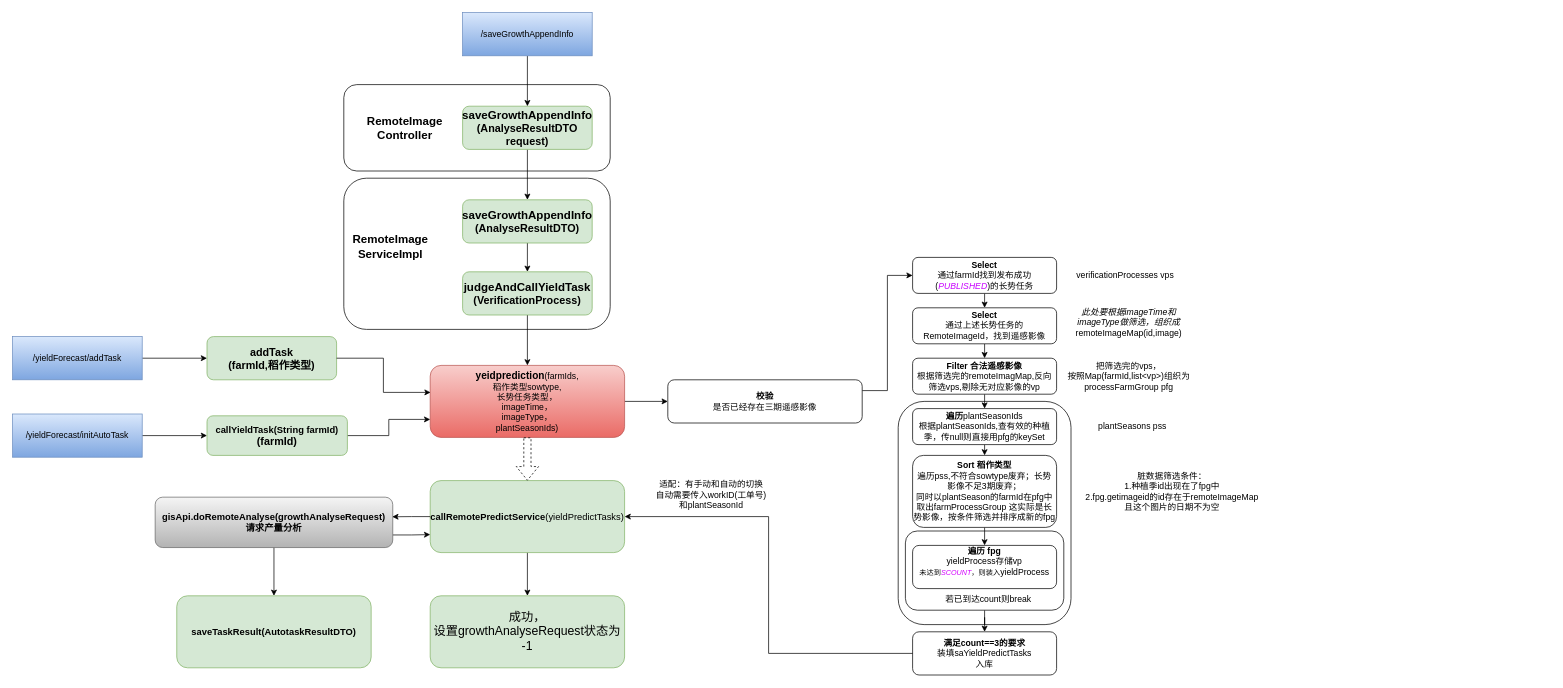
Before: 产量预估.drawio in RK-JD/DrawIO, a draw.io diagram. Source tidied: cells renumbered, new cells numbered last; positions are measured from the earlier drawing's top-left corner, leaving out a move shared by most shapes. Both pictures are drawn from the tidied source at 72%, with x=0, y=0 at pixel (12, 12).
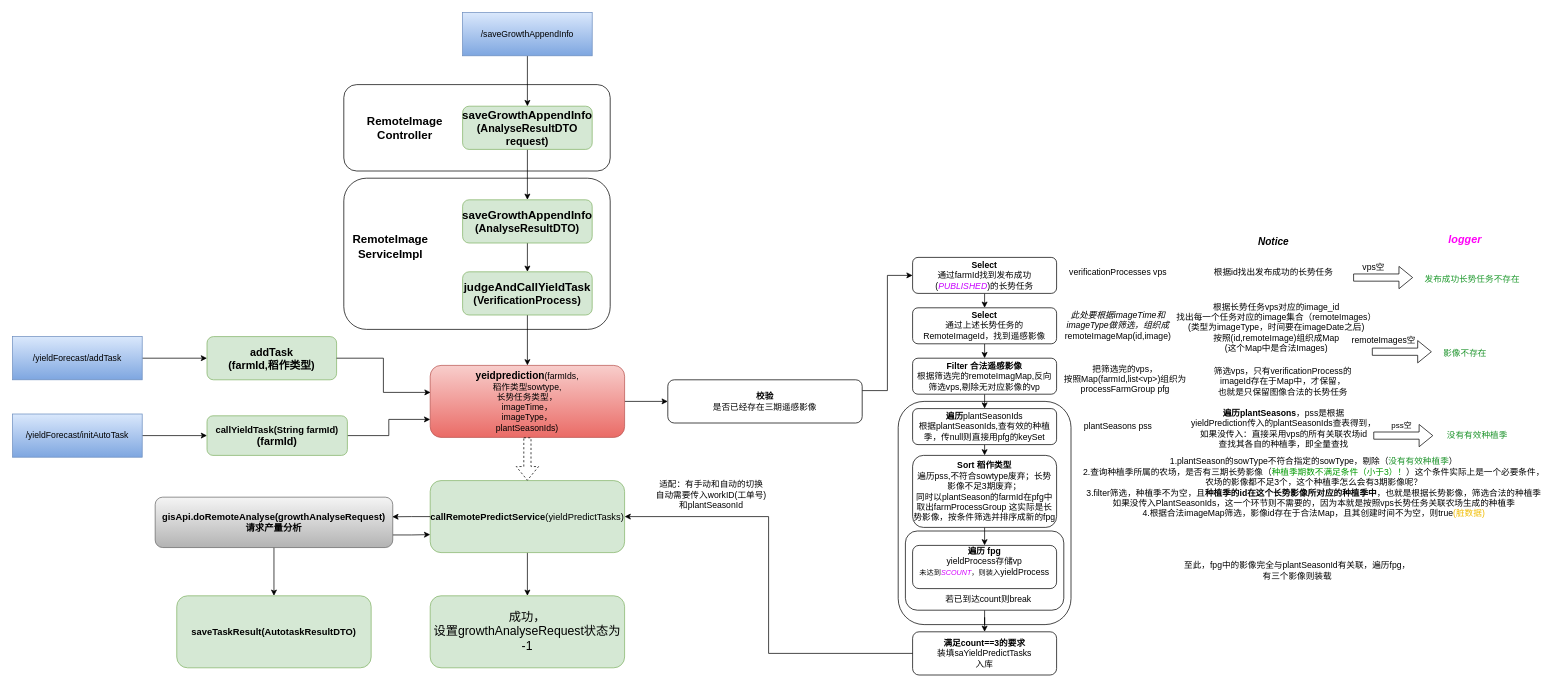
The same diagram, later.

Commit message:
更新产量预估.drawio

What changed in the source:
```diff
@@
     <mxCell id="15" value="此处要根据imageTime和&lt;br&gt;imageType做筛选，组织成&lt;br&gt;&lt;div&gt;&lt;font style=&quot;font-style: normal;&quot;&gt;remoteImageMap(id,image)&lt;/font&gt;&lt;/div&gt;" style="text;html=1;align=center;verticalAlign=middle;strokeColor=none;fillColor=none;fontStyle=2;" parent="1" vertex="1">
-      <mxGeometry x="1465" y="400" width="170" height="60" as="geometry" />
+      <mxGeometry x="1450" y="405" width="170" height="60" as="geometry" />
     </mxCell>
     <mxCell id="16" value="verificationProcesses vps" style="text;html=1;align=center;verticalAlign=middle;strokeColor=none;fillColor=none;" parent="1" vertex="1">
-      <mxGeometry x="1465" y="350" width="160" height="30" as="geometry" />
+      <mxGeometry x="1455" y="346" width="160" height="30" as="geometry" />
     </mxCell>
@@
     <mxCell id="19" value="把筛选完的vps，&lt;div&gt;按照Map(farmId,list&amp;lt;vp&amp;gt;)组织为&lt;br&gt;processFarmGroup pfg&lt;/div&gt;" style="text;html=1;align=center;verticalAlign=middle;strokeColor=none;fillColor=none;" parent="1" vertex="1">
-      <mxGeometry x="1455" y="475" width="190" height="60" as="geometry" />
+      <mxGeometry x="1450" y="479" width="190" height="60" as="geometry" />
     </mxCell>
@@
     <mxCell id="24" value="plantSeasons pss" style="text;html=1;align=center;verticalAlign=middle;strokeColor=none;fillColor=none;" parent="1" vertex="1">
-      <mxGeometry x="1495" y="560" width="120" height="30" as="geometry" />
+      <mxGeometry x="1475" y="560" width="120" height="30" as="geometry" />
     </mxCell>
-    <mxCell id="25" value="脏数据筛选条件：&lt;div&gt;1.种植季id出现在了fpg中&lt;/div&gt;&lt;div&gt;2.fpg.getimageid的id存在于remoteImageMap&lt;br&gt;且这个图片的日期不为空&lt;/div&gt;" style="text;html=1;align=center;verticalAlign=middle;strokeColor=none;fillColor=none;" parent="1" vertex="1">
-      <mxGeometry x="1480" y="630" width="260" height="70" as="geometry" />
-    </mxCell>
@@
+    <mxCell id="58" value="根据id找出发布成功的长势任务" style="text;html=1;align=center;verticalAlign=middle;" parent="1" vertex="1">
+      <mxGeometry x="1659" y="348" width="183" height="26" as="geometry" />
+    </mxCell>
+    <mxCell id="59" value="&lt;b&gt;&lt;font style=&quot;font-size: 14px;&quot;&gt;&lt;i&gt;Notice&lt;/i&gt;&lt;/font&gt;&lt;/b&gt;" style="text;html=1;align=center;verticalAlign=middle;strokeColor=none;fillColor=none;" parent="1" vertex="1">
+      <mxGeometry x="1720" y="303" width="61" height="29" as="geometry" />
+    </mxCell>
+    <mxCell id="60" value="根据长势任务vps对应的image_id&lt;div&gt;找出每一个任务对应的image集合（remoteImages）&lt;/div&gt;&lt;div&gt;(类型为imageType，时间要在imageDate之后)&lt;/div&gt;&lt;div&gt;按照&lt;span style=&quot;background-color: initial;&quot;&gt;(id,remoteImage)组织成Map&lt;/span&gt;&lt;/div&gt;&lt;div&gt;&lt;span style=&quot;background-color: initial;&quot;&gt;(这个Map中是合法Images)&lt;/span&gt;&lt;/div&gt;" style="text;html=1;align=center;verticalAlign=middle;" parent="1" vertex="1">
+      <mxGeometry x="1607" y="396" width="295" height="84" as="geometry" />
+    </mxCell>
+    <mxCell id="61" value="筛选vps，只有verificationProcess的&lt;div&gt;imageId存在于&lt;span style=&quot;background-color: initial;&quot;&gt;Map中，才保留，&lt;/span&gt;&lt;/div&gt;&lt;div&gt;&lt;span style=&quot;background-color: initial;&quot;&gt;也就是只保留图像合法的长势任务&lt;/span&gt;&lt;/div&gt;" style="text;html=1;align=center;verticalAlign=middle;" parent="1" vertex="1">
+      <mxGeometry x="1659" y="484" width="209" height="55" as="geometry" />
+    </mxCell>
+    <mxCell id="62" value="&lt;b&gt;遍历plantSeasons&lt;/b&gt;，pss是根据&lt;div&gt;yieldPrediction传入的plantSeasonIds&lt;span style=&quot;background-color: initial;&quot;&gt;查表得到，&lt;/span&gt;&lt;div&gt;如果没传入：直接采用vps的所有关联农场id&lt;/div&gt;&lt;/div&gt;&lt;div&gt;查找其各自的种植季，即全量查找&lt;/div&gt;" style="text;html=1;align=center;verticalAlign=middle;" parent="1" vertex="1">
+      <mxGeometry x="1627" y="543" width="275" height="70" as="geometry" />
+    </mxCell>
+    <mxCell id="63" style="shape=flexArrow;endArrow=classic;html=1;rounded=0;" parent="1" edge="1">
+      <mxGeometry relative="1" as="geometry">
+        <mxPoint x="1890" y="587.5" as="sourcePoint" />
+        <mxPoint x="1973" y="587.5" as="targetPoint" />
+      </mxGeometry>
+    </mxCell>
+    <mxCell id="64" value="pss空" style="edgeLabel;html=1;align=center;verticalAlign=middle;" parent="63" vertex="1">
+      <mxGeometry x="-0.11" y="1" relative="1" as="geometry">
+        <mxPoint x="1" y="-14" as="offset" />
+      </mxGeometry>
+    </mxCell>
+    <mxCell id="65" value="没有有效种植季" style="text;html=1;align=center;verticalAlign=middle;whiteSpace=wrap;rounded=0;fontColor=#1e942c;" parent="1" vertex="1">
+      <mxGeometry x="1967" y="572.5" width="135" height="30" as="geometry" />
+    </mxCell>
+    <mxCell id="66" value="&lt;span style=&quot;text-wrap: wrap;&quot;&gt;&lt;i&gt;&lt;font color=&quot;#ff00f7&quot; style=&quot;font-size: 15px;&quot;&gt;&lt;b&gt;logger&lt;/b&gt;&lt;/font&gt;&lt;/i&gt;&lt;/span&gt;" style="text;html=1;align=center;verticalAlign=middle;strokeColor=none;fillColor=none;" parent="1" vertex="1">
+      <mxGeometry x="1985" y="300" width="64" height="30" as="geometry" />
+    </mxCell>
+    <mxCell id="67" style="shape=flexArrow;endArrow=classic;html=1;rounded=0;" parent="1" edge="1">
+      <mxGeometry relative="1" as="geometry">
+        <mxPoint x="1888" y="471" as="sourcePoint" />
+        <mxPoint x="1971" y="471" as="targetPoint" />
+      </mxGeometry>
+    </mxCell>
+    <mxCell id="68" style="edgeLabel;html=1;align=center;verticalAlign=middle;" parent="67" vertex="1">
+      <mxGeometry x="-0.11" y="1" relative="1" as="geometry" />
+    </mxCell>
+    <mxCell id="69" value="&lt;span style=&quot;font-size: 12px;&quot;&gt;remoteImages空&lt;/span&gt;" style="edgeLabel;html=1;align=center;verticalAlign=middle;" parent="67" vertex="1">
+      <mxGeometry x="-0.16" y="3" relative="1" as="geometry">
+        <mxPoint x="-20" y="-14" as="offset" />
+      </mxGeometry>
+    </mxCell>
+    <mxCell id="70" value="影像不存在" style="text;html=1;align=center;verticalAlign=middle;whiteSpace=wrap;rounded=0;fontColor=#1e942c;" parent="1" vertex="1">
+      <mxGeometry x="1949.5" y="458" width="135" height="32" as="geometry" />
+    </mxCell>
+    <mxCell id="71" value="发布成功长势任务不存在" style="text;html=1;align=center;verticalAlign=middle;strokeColor=none;fillColor=none;fontColor=#1e992d;" parent="1" vertex="1">
+      <mxGeometry x="1952" y="357" width="150" height="26" as="geometry" />
+    </mxCell>
+    <mxCell id="72" style="shape=flexArrow;endArrow=classic;html=1;rounded=0;" parent="1" edge="1">
+      <mxGeometry relative="1" as="geometry">
+        <mxPoint x="1862" y="368" as="sourcePoint" />
+        <mxPoint x="1945" y="368" as="targetPoint" />
+      </mxGeometry>
+    </mxCell>
+    <mxCell id="73" style="edgeLabel;html=1;align=center;verticalAlign=middle;" parent="72" vertex="1">
+      <mxGeometry x="-0.11" y="1" relative="1" as="geometry" />
+    </mxCell>
+    <mxCell id="74" value="&lt;span style=&quot;font-size: 12px;&quot;&gt;vps&lt;/span&gt;&lt;span style=&quot;font-size: 12px;&quot;&gt;空&lt;/span&gt;" style="edgeLabel;html=1;align=center;verticalAlign=middle;" parent="72" vertex="1">
+      <mxGeometry x="-0.16" y="3" relative="1" as="geometry">
+        <mxPoint x="-8" y="-12" as="offset" />
+      </mxGeometry>
+    </mxCell>
+    <mxCell id="75" value="1.plantSeason的sowType不符合指定的sowType，剔除（&lt;span style=&quot;color: rgb(30, 148, 44); text-wrap: wrap;&quot;&gt;没有有效种植季&lt;/span&gt;）&lt;div&gt;2.查询种植季所属的农场，是否有三期长势影像（&lt;font color=&quot;#009900&quot;&gt;种植季期数不满足条件（小于3）！&lt;/font&gt;）这个条件实际上是一个必要条件，&lt;/div&gt;&lt;div&gt;农场的影像都不足3个，这个种植季怎么会有3期影像呢？&lt;/div&gt;&lt;div&gt;3.filter筛选，种植季不为空，且&lt;b&gt;种植季的id在这个长势影像所对应的种植季中&lt;/b&gt;，也就是根据长势影像，筛选合法的种植季&lt;/div&gt;&lt;div&gt;如果没传入PlantSeasonIds，这一个环节则不需要的，因为本就是按照vps长势任务关联农场生成的种植季&lt;/div&gt;&lt;div&gt;4.根据合法imageMap筛选，影像id存在于合法Map，且其创建时间不为空，则true&lt;font color=&quot;#f0bc00&quot;&gt;(脏数据)&lt;/font&gt;&lt;/div&gt;" style="text;html=1;align=center;verticalAlign=middle;strokeColor=none;fillColor=none;" parent="1" vertex="1">
+      <mxGeometry x="1477" y="611" width="659" height="98" as="geometry" />
+    </mxCell>
+    <mxCell id="76" value="至此，fpg中的影像完全与plantSeasonId有关联，遍历fpg，&lt;div&gt;有三个影像则装载&lt;/div&gt;" style="text;html=1;align=center;verticalAlign=middle;strokeColor=none;fillColor=none;" parent="1" vertex="1">
+      <mxGeometry x="1617.5" y="754.5" width="332" height="41" as="geometry" />
+    </mxCell>
```
